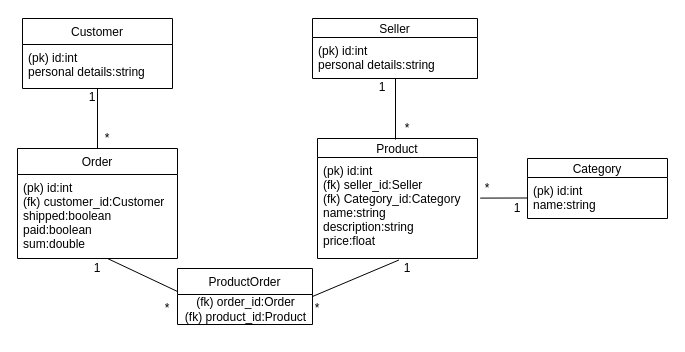
The draw.io diagram documentation/kuvat/Untitled Diagram.drawio in parissak/Verkkokauppa, before the edit. Source tidied: cells renumbered, new cells numbered last; positions are measured from the earlier drawing's top-left corner, leaving out a move shared by most shapes. Both pictures are drawn from the tidied source at 100%, with x=0, y=0 at pixel (17, 18).
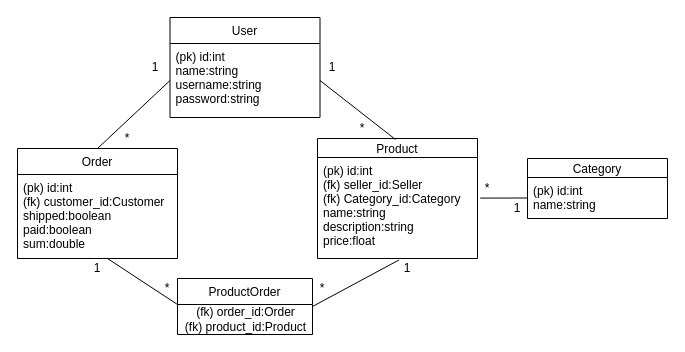
The same diagram, later.

Commit message (it also covers changes not shown here):
tietokantakaavion muokkaus vastaamaan toimintalogiikkaa: ostajan ja myyjän korvaaminen käyttäjällä

Unchanged cells that the change refers to:
```xml
<mxCell id="8" value="Order" style="swimlane;fontStyle=0;horizontal=1;startSize=26;fillColor=none;" parent="1" vertex="1">
  <mxGeometry y="130" width="160" height="110" as="geometry" />
</mxCell>
<mxCell id="11" value="&lt;div&gt;(fk) order_id:Order&lt;/div&gt;&lt;div&gt;(fk) product_id:Product&lt;br&gt;&lt;/div&gt;" style="text;html=1;align=center;verticalAlign=middle;points=[];" parent="10" vertex="1">
  <mxGeometry y="26" width="135" height="30" as="geometry" />
</mxCell>
```

Diff of the diagram source:
```diff
@@
-    <mxCell id="2" value="Customer" style="swimlane;fontStyle=0;horizontal=1;startSize=26;fillColor=none;" parent="1" vertex="1">
-      <mxGeometry x="5" width="150" height="70" as="geometry" />
+    <mxCell id="2" value="User" style="swimlane;fontStyle=0;horizontal=1;startSize=26;fillColor=none;" parent="1" vertex="1">
+      <mxGeometry x="152.5" y="-1" width="150" height="100" as="geometry" />
     </mxCell>
-    <mxCell id="3" value="(pk) id:int&#10;personal details:string" style="text;strokeColor=none;fillColor=none;align=left;verticalAlign=top;spacingLeft=4;spacingRight=4;overflow=hidden;points=[[0,0.5],[1,0.5]];portConstraint=eastwest;" parent="2" vertex="1">
-      <mxGeometry y="26" width="150" height="44" as="geometry" />
+    <mxCell id="3" value="(pk) id:int&#10;name:string&#10;username:string&#10;password:string&#10;" style="text;strokeColor=none;fillColor=none;align=left;verticalAlign=top;spacingLeft=4;spacingRight=4;overflow=hidden;points=[[0,0.5],[1,0.5]];portConstraint=eastwest;" parent="2" vertex="1">
+      <mxGeometry y="26" width="150" height="74" as="geometry" />
     </mxCell>
-    <mxCell id="4" value="Seller" style="swimlane;fontStyle=0;horizontal=1;startSize=19;fillColor=none;" parent="1" vertex="1">
-      <mxGeometry x="295" width="165" height="60" as="geometry" />
-    </mxCell>
-    <mxCell id="5" value="(pk) id:int&#10;personal details:string&#10;" style="text;strokeColor=none;fillColor=none;align=left;verticalAlign=top;spacingLeft=4;spacingRight=4;overflow=hidden;" parent="4" vertex="1">
-      <mxGeometry y="19" width="165" height="41" as="geometry" />
-    </mxCell>
@@
     <mxCell id="10" value="ProductOrder" style="swimlane;fontStyle=0;horizontal=1;startSize=26;fillColor=none;" parent="1" vertex="1">
-      <mxGeometry x="160" y="250" width="135" height="56" as="geometry" />
+      <mxGeometry x="160" y="260" width="135" height="56" as="geometry" />
     </mxCell>
@@
-    <mxCell id="12" style="endArrow=none;html=1;" parent="1" edge="1">
+    <mxCell id="12" style="endArrow=none;html=1;exitX=0;exitY=0;exitDx=0;exitDy=0;exitPerimeter=0;" parent="1" edge="1" source="11">
       <mxGeometry relative="1" as="geometry">
-        <mxPoint x="160" y="273" as="sourcePoint" />
         <mxPoint x="90" y="240" as="targetPoint" />
       </mxGeometry>
     </mxCell>
@@
-    <mxCell id="14" style="endArrow=none;html=1;exitX=0.5;exitY=0;exitDx=0;exitDy=0;" parent="1" edge="1" source="8" target="3">
+    <mxCell id="14" style="endArrow=none;html=1;exitX=0.5;exitY=0;exitDx=0;exitDy=0;entryX=0;entryY=0.5;entryDx=0;entryDy=0;" parent="1" edge="1" source="8" target="3">
       <mxGeometry relative="1" as="geometry" />
     </mxCell>
     <mxCell id="15" value="*" style="text;html=1;strokeColor=none;fillColor=none;align=center;verticalAlign=middle;whiteSpace=wrap;rounded=0;" parent="1" vertex="1">
-      <mxGeometry x="70" y="110" width="40" height="20" as="geometry" />
+      <mxGeometry x="90" y="110" width="40" height="20" as="geometry" />
     </mxCell>
     <mxCell id="16" value="1" style="text;html=1;strokeColor=none;fillColor=none;align=center;verticalAlign=middle;whiteSpace=wrap;rounded=0;" parent="1" vertex="1">
-      <mxGeometry x="60" y="70" width="30" height="18" as="geometry" />
+      <mxGeometry x="122.5" y="40" width="30" height="18" as="geometry" />
     </mxCell>
     <mxCell id="17" value="*" style="text;html=1;strokeColor=none;fillColor=none;align=center;verticalAlign=middle;whiteSpace=wrap;rounded=0;" parent="1" vertex="1">
-      <mxGeometry x="290" y="280" width="20" height="20" as="geometry" />
+      <mxGeometry x="295" y="260" width="20" height="20" as="geometry" />
     </mxCell>
@@
     <mxCell id="20" value="*" style="text;html=1;strokeColor=none;fillColor=none;align=center;verticalAlign=middle;whiteSpace=wrap;rounded=0;" parent="1" vertex="1">
-      <mxGeometry x="140" y="280" width="20" height="20" as="geometry" />
+      <mxGeometry x="140" y="260" width="20" height="20" as="geometry" />
     </mxCell>
-    <mxCell id="21" style="endArrow=none;html=1;" parent="1" edge="1">
+    <mxCell id="21" style="endArrow=none;html=1;entryX=1;entryY=0.5;entryDx=0;entryDy=0;" parent="1" edge="1" target="3">
       <mxGeometry relative="1" as="geometry">
         <mxPoint x="378" y="121" as="sourcePoint" />
-        <mxPoint x="378" y="60" as="targetPoint" />
       </mxGeometry>
     </mxCell>
     <mxCell id="22" value="1" style="text;html=1;strokeColor=none;fillColor=none;align=center;verticalAlign=middle;whiteSpace=wrap;rounded=0;" parent="1" vertex="1">
-      <mxGeometry x="350" y="60" width="30" height="18" as="geometry" />
+      <mxGeometry x="300" y="40" width="30" height="18" as="geometry" />
     </mxCell>
     <mxCell id="23" value="*" style="text;html=1;strokeColor=none;fillColor=none;align=center;verticalAlign=middle;whiteSpace=wrap;rounded=0;" parent="1" vertex="1">
-      <mxGeometry x="370" y="100" width="40" height="20" as="geometry" />
+      <mxGeometry x="325" y="100" width="40" height="20" as="geometry" />
     </mxCell>
```
